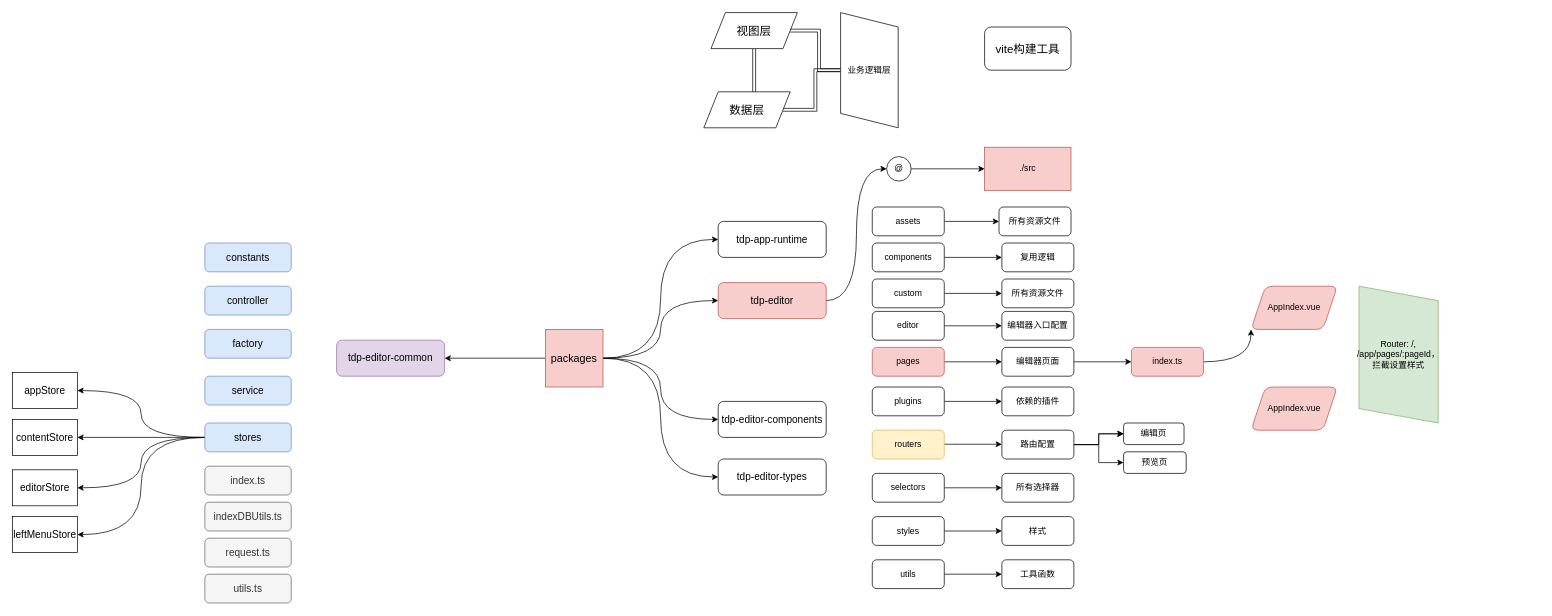
Before: 前端工程化.drawio in axing521/draw-io, a draw.io diagram. Source tidied: cells renumbered, new cells numbered last; positions are measured from the earlier drawing's top-left corner, leaving out a move shared by most shapes. Both pictures are drawn from the tidied source at 72%, with x=0, y=0 at pixel (12, 12).
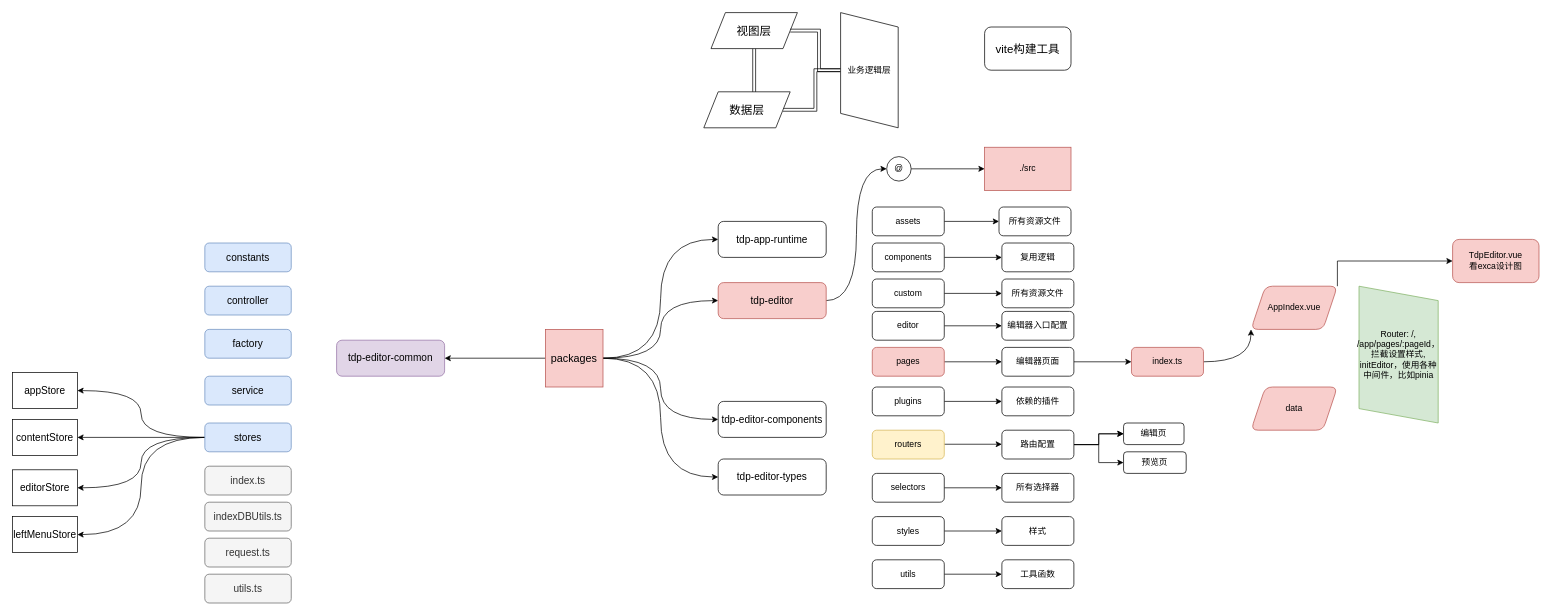
The same page after the edit.

Commit message:
更新前端工程化.drawio

Unchanged cells that the change refers to:
```xml
<mxCell id="60" value="AppIndex.vue" style="shape=parallelogram;perimeter=parallelogramPerimeter;whiteSpace=wrap;html=1;fixedSize=1;fillColor=#f8cecc;strokeColor=#b85450;rounded=1;" parent="1" vertex="1">
  <mxGeometry x="1720" y="380" width="120" height="60" as="geometry" />
</mxCell>
```

Change to the diagram source:
```diff
@@
+    <mxCell id="82" style="edgeStyle=orthogonalEdgeStyle;rounded=0;jettySize=auto;html=1;exitX=1;exitY=0;exitDx=0;exitDy=0;entryX=0;entryY=0.5;entryDx=0;entryDy=0;" parent="1" edge="1" source="60" target="83">
+      <mxGeometry relative="1" as="geometry" />
+    </mxCell>
@@
-    <mxCell id="61" value="AppIndex.vue" style="shape=parallelogram;perimeter=parallelogramPerimeter;whiteSpace=wrap;html=1;fixedSize=1;fillColor=#f8cecc;strokeColor=#b85450;rounded=1;" parent="1" vertex="1">
+    <mxCell id="61" value="data" style="shape=parallelogram;perimeter=parallelogramPerimeter;whiteSpace=wrap;html=1;fixedSize=1;fillColor=#f8cecc;strokeColor=#b85450;rounded=1;" parent="1" vertex="1">
       <mxGeometry x="1720" y="520" width="120" height="60" as="geometry" />
     </mxCell>
-    <mxCell id="62" value="Router: /, /app/pages/:pageId，拦截设置样式" style="shape=parallelogram;perimeter=parallelogramPerimeter;whiteSpace=wrap;html=1;fixedSize=1;direction=south;fillColor=#d5e8d4;strokeColor=#82b366;" parent="1" vertex="1">
+    <mxCell id="62" value="Router: /, /app/pages/:pageId，拦截设置样式,&lt;br&gt;initEditor，使用各种中间件，比如pinia" style="shape=parallelogram;perimeter=parallelogramPerimeter;whiteSpace=wrap;html=1;fixedSize=1;direction=south;fillColor=#d5e8d4;strokeColor=#82b366;" parent="1" vertex="1">
       <mxGeometry x="1870" y="380" width="110" height="190" as="geometry" />
     </mxCell>
@@
+    <mxCell id="83" value="TdpEditor.vue&lt;br&gt;看exca设计图" style="rounded=1;whiteSpace=wrap;html=1;fillColor=#f8cecc;strokeColor=#b85450;" parent="1" vertex="1">
+      <mxGeometry x="2000" y="315" width="120" height="60" as="geometry" />
+    </mxCell>
```
